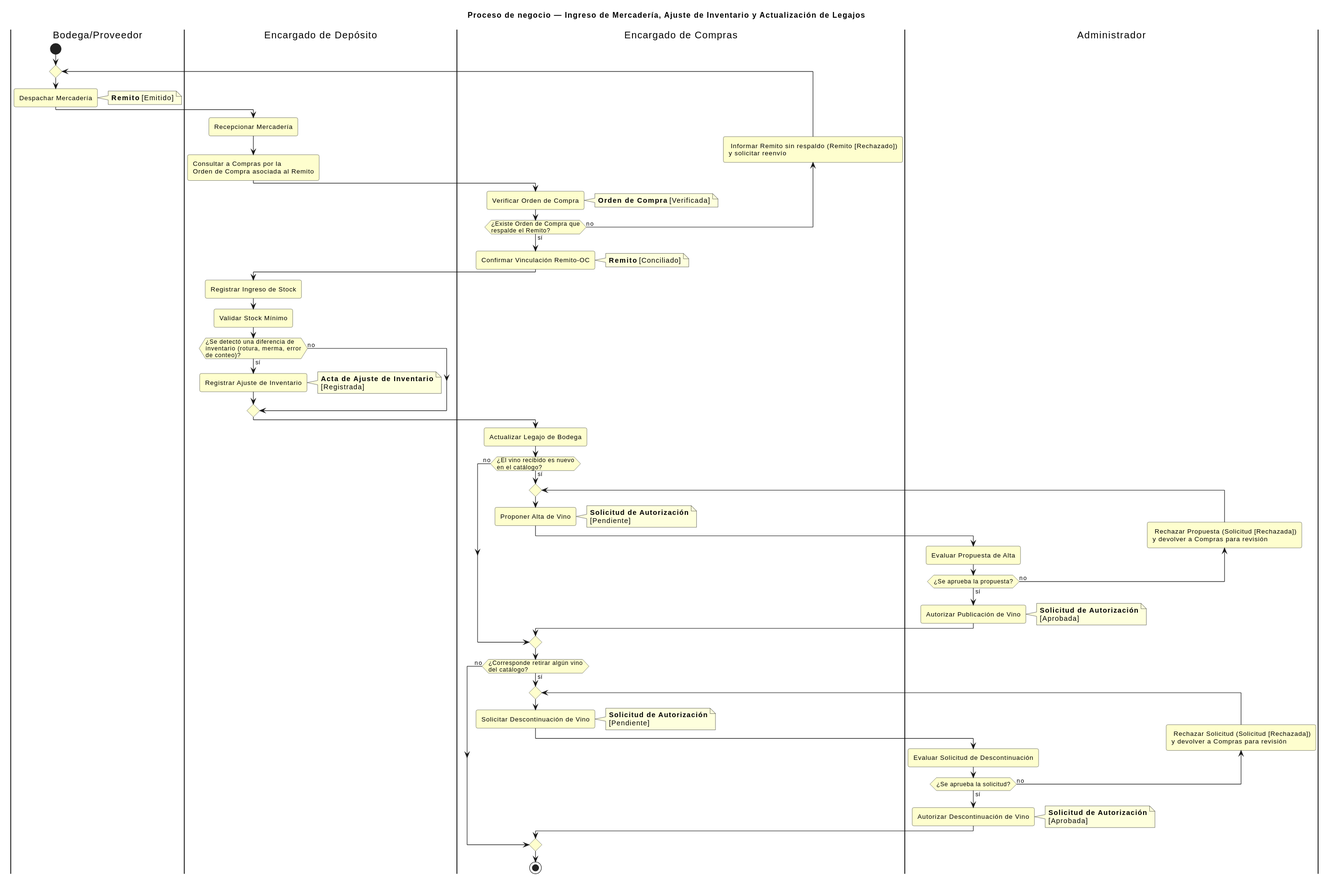
Earlier version of the PlantUML export DIAGRAMAS/DiagramaActividad_CatalogoStock.svg (Jesifu/club-de-vinos-td).
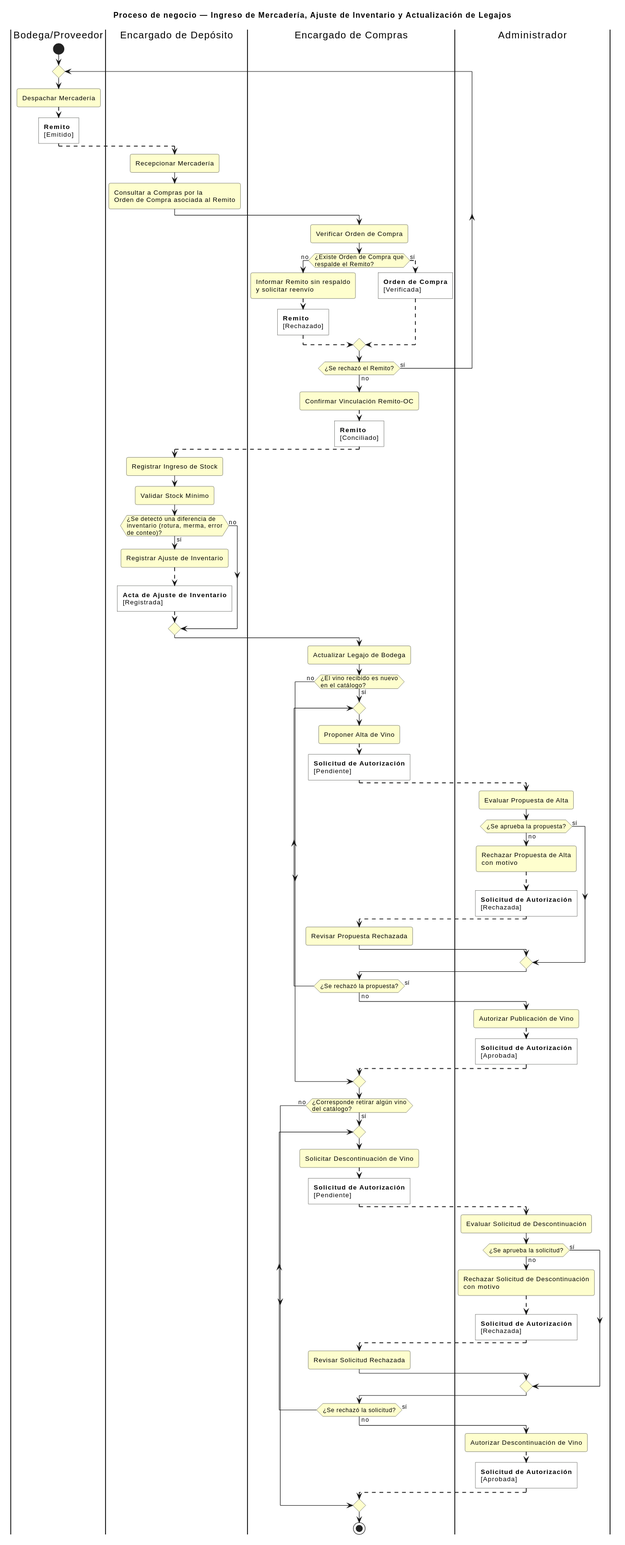
After the change.

The edit, as a diff of the source:
```diff
@@ -3,9 +3,12 @@
 
 skinparam shadowing false
 skinparam roundcorner 6
+skinparam roundcorner<<doc>> 0
 skinparam activity {
   BackgroundColor #FEFECE
   BorderColor #33342E
+  BackgroundColor<<doc>> #FFFFFF
+  BorderColor<<doc>> #33342E
 }
 skinparam partition {
   BorderColor #666666
@@ -17,63 +20,125 @@
 start
 repeat
   :Despachar Mercadería;
-  note right: **Remito** [Emitido]
+  -[dashed]->
+  :**Remito**
+[Emitido]; <<doc>>
+  -[dashed]->
 
   |Encargado de Depósito|
   :Recepcionar Mercadería;
-  :Consultar a Compras por la\nOrden de Compra asociada al Remito;
+  :Consultar a Compras por la
+Orden de Compra asociada al Remito;
 
   |Encargado de Compras|
   :Verificar Orden de Compra;
-  note right: **Orden de Compra** [Verificada]
-backward: Informar Remito sin respaldo (Remito [Rechazado])\ny solicitar reenvío;
-repeat while (¿Existe Orden de Compra que\nrespalde el Remito?) is (no) not (sí)
+  if (¿Existe Orden de Compra que
+respalde el Remito?) then (no)
+    :Informar Remito sin respaldo
+y solicitar reenvío;
+    -[dashed]->
+    :**Remito**
+[Rechazado]; <<doc>>
+    -[dashed]->
+  else (sí)
+    -[dashed]->
+    :**Orden de Compra**
+[Verificada]; <<doc>>
+    -[dashed]->
+  endif
+repeat while (¿Se rechazó el Remito?) is (sí) not (no)
 
 :Confirmar Vinculación Remito-OC;
-note right: **Remito** [Conciliado]
+-[dashed]->
+:**Remito**
+[Conciliado]; <<doc>>
+-[dashed]->
 
 |Encargado de Depósito|
 :Registrar Ingreso de Stock;
 :Validar Stock Mínimo;
 
-if (¿Se detectó una diferencia de\ninventario (rotura, merma, error\nde conteo)?) then (sí)
+if (¿Se detectó una diferencia de
+inventario (rotura, merma, error
+de conteo)?) then (sí)
   :Registrar Ajuste de Inventario;
-  note right: **Acta de Ajuste de Inventario**\n[Registrada]
+  -[dashed]->
+  :**Acta de Ajuste de Inventario**
+[Registrada]; <<doc>>
+  -[dashed]->
 else (no)
 endif
 
 |Encargado de Compras|
 :Actualizar Legajo de Bodega;
 
-if (¿El vino recibido es nuevo\nen el catálogo?) then (sí)
+if (¿El vino recibido es nuevo
+en el catálogo?) then (sí)
   repeat
     :Proponer Alta de Vino;
-    note right: **Solicitud de Autorización**\n[Pendiente]
+    -[dashed]->
+    :**Solicitud de Autorización**
+[Pendiente]; <<doc>>
+    -[dashed]->
 
     |Administrador|
     :Evaluar Propuesta de Alta;
-  backward: Rechazar Propuesta (Solicitud [Rechazada])\ny devolver a Compras para revisión;
-  repeat while (¿Se aprueba la propuesta?) is (no) not (sí)
+    if (¿Se aprueba la propuesta?) then (no)
+      :Rechazar Propuesta de Alta
+con motivo;
+      -[dashed]->
+      :**Solicitud de Autorización**
+[Rechazada]; <<doc>>
+      -[dashed]->
 
+      |Encargado de Compras|
+      :Revisar Propuesta Rechazada;
+    else (sí)
+    endif
+  repeat while (¿Se rechazó la propuesta?) is (sí) not (no)
+
+  |Administrador|
   :Autorizar Publicación de Vino;
-  note right: **Solicitud de Autorización**\n[Aprobada]
+  -[dashed]->
+  :**Solicitud de Autorización**
+[Aprobada]; <<doc>>
+  -[dashed]->
 
   |Encargado de Compras|
 else (no)
 endif
 
-if (¿Corresponde retirar algún vino\ndel catálogo?) then (sí)
+if (¿Corresponde retirar algún vino
+del catálogo?) then (sí)
   repeat
     :Solicitar Descontinuación de Vino;
-    note right: **Solicitud de Autorización**\n[Pendiente]
+    -[dashed]->
+    :**Solicitud de Autorización**
+[Pendiente]; <<doc>>
+    -[dashed]->
 
     |Administrador|
     :Evaluar Solicitud de Descontinuación;
-  backward: Rechazar Solicitud (Solicitud [Rechazada])\ny devolver a Compras para revisión;
-  repeat while (¿Se aprueba la solicitud?) is (no) not (sí)
+    if (¿Se aprueba la solicitud?) then (no)
+      :Rechazar Solicitud de Descontinuación
+con motivo;
+      -[dashed]->
+      :**Solicitud de Autorización**
+[Rechazada]; <<doc>>
+      -[dashed]->
 
+      |Encargado de Compras|
+      :Revisar Solicitud Rechazada;
+    else (sí)
+    endif
+  repeat while (¿Se rechazó la solicitud?) is (sí) not (no)
+
+  |Administrador|
   :Autorizar Descontinuación de Vino;
-  note right: **Solicitud de Autorización**\n[Aprobada]
+  -[dashed]->
+  :**Solicitud de Autorización**
+[Aprobada]; <<doc>>
+  -[dashed]->
 
   |Encargado de Compras|
 else (no)
```
